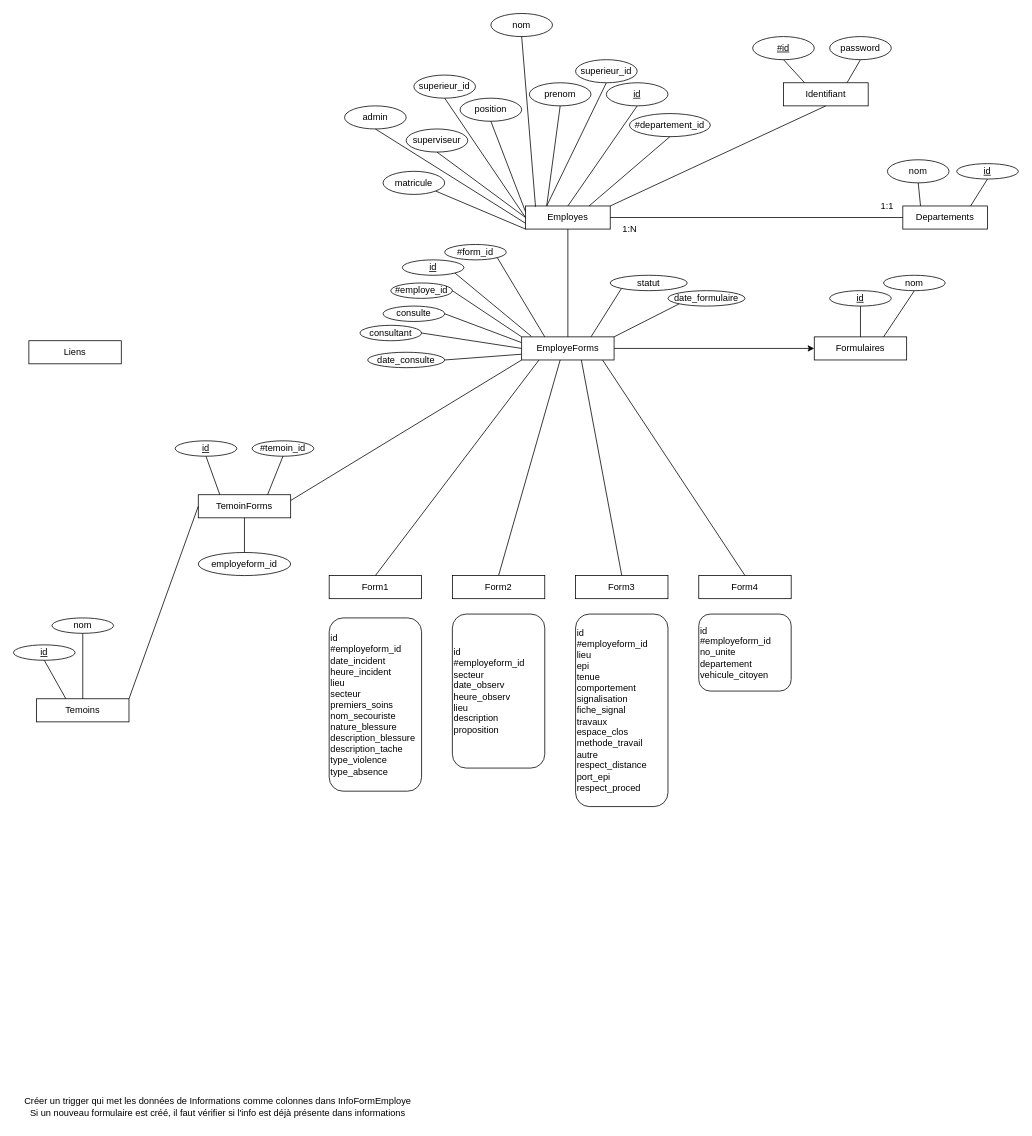
Before: Notes/BDD/BDD.drawio in antoineg94/Projet-integration, a draw.io diagram. Source tidied: cells renumbered, new cells numbered last; positions are measured from the earlier drawing's top-left corner, leaving out a move shared by most shapes. Both pictures are drawn from the tidied source at 77%, with x=0, y=0 at pixel (13, 13).
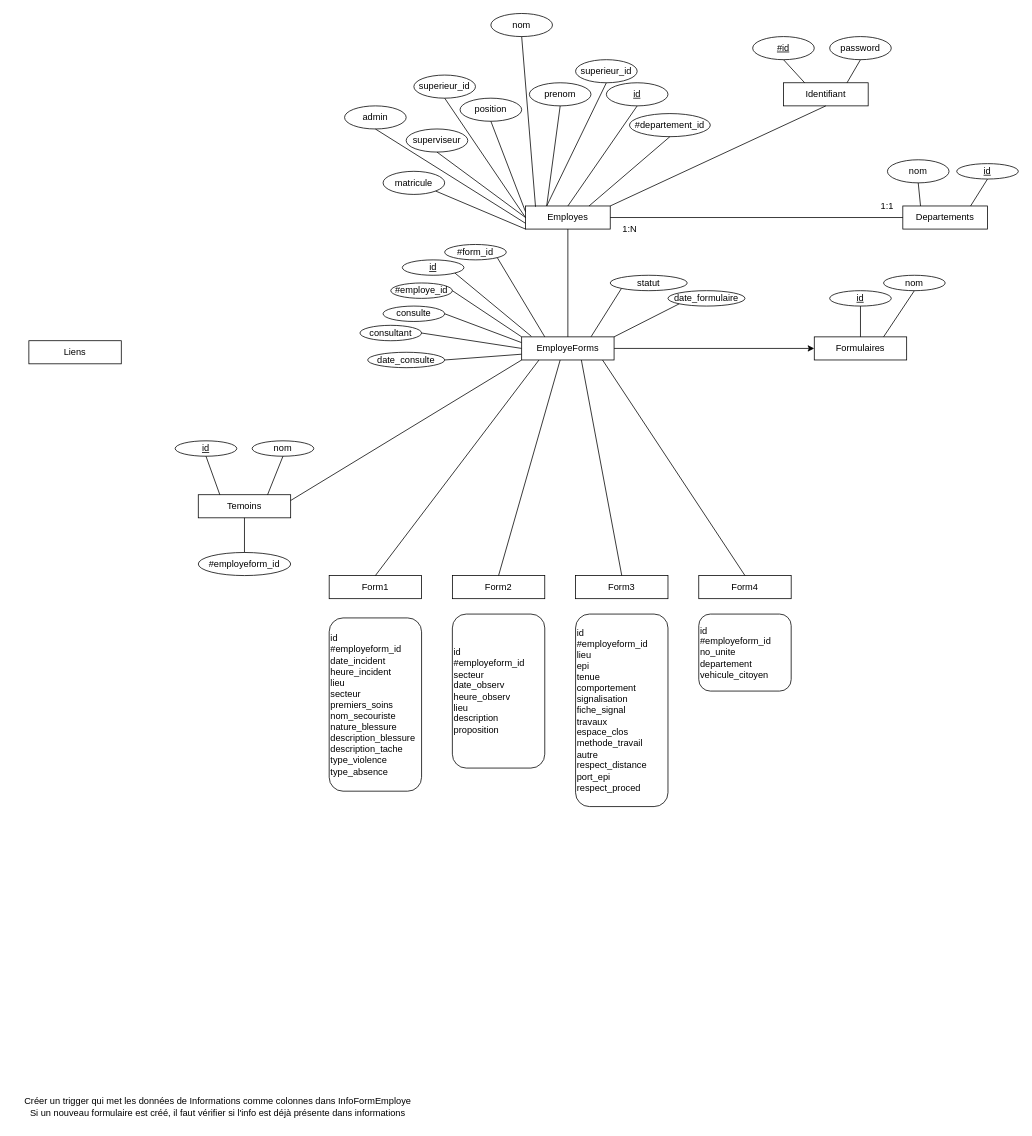
The same diagram, later.

Commit message (it also covers changes not shown here):
temoinforms enlevé, juste temoins maintenant

What changed in the source:
```diff
@@
-    <mxCell id="50" value="Temoins" style="rounded=0;whiteSpace=wrap;html=1;" parent="1" vertex="1">
-      <mxGeometry x="30" y="890" width="120" height="30" as="geometry" />
-    </mxCell>
@@
-    <mxCell id="58" value="&lt;u&gt;id&lt;/u&gt;" style="ellipse;whiteSpace=wrap;html=1;" parent="1" vertex="1">
-      <mxGeometry y="820" width="80" height="20" as="geometry" />
-    </mxCell>
-    <mxCell id="59" style="endArrow=none;html=1;rounded=0;entryX=0.5;entryY=1;entryDx=0;entryDy=0;exitX=0.317;exitY=0;exitDx=0;exitDy=0;exitPerimeter=0;" parent="1" edge="1" source="50" target="58">
-      <mxGeometry relative="1" as="geometry" />
-    </mxCell>
-    <mxCell id="60" value="nom" style="ellipse;whiteSpace=wrap;html=1;" parent="1" vertex="1">
-      <mxGeometry x="50" y="785" width="80" height="20" as="geometry" />
-    </mxCell>
-    <mxCell id="61" style="endArrow=none;html=1;rounded=0;entryX=0.5;entryY=1;entryDx=0;entryDy=0;exitX=0.5;exitY=0;exitDx=0;exitDy=0;" parent="1" edge="1" source="50" target="60">
-      <mxGeometry relative="1" as="geometry" />
-    </mxCell>
-    <mxCell id="62" value="TemoinForms" style="rounded=0;whiteSpace=wrap;html=1;" parent="1" vertex="1">
+    <mxCell id="62" value="Temoins" style="rounded=0;whiteSpace=wrap;html=1;" parent="1" vertex="1">
       <mxGeometry x="240" y="625" width="120" height="30" as="geometry" />
     </mxCell>
-    <mxCell id="63" style="endArrow=none;html=1;rounded=0;entryX=1;entryY=0;entryDx=0;entryDy=0;exitX=0;exitY=0.5;exitDx=0;exitDy=0;" parent="1" edge="1" source="62" target="50">
-      <mxGeometry relative="1" as="geometry" />
-    </mxCell>
@@
-    <mxCell id="66" value="employeform_id" style="ellipse;whiteSpace=wrap;html=1;" parent="1" vertex="1">
+    <mxCell id="66" value="#employeform_id" style="ellipse;whiteSpace=wrap;html=1;" parent="1" vertex="1">
       <mxGeometry x="240" y="700" width="120" height="30" as="geometry" />
     </mxCell>
@@
-    <mxCell id="68" value="#temoin_id" style="ellipse;whiteSpace=wrap;html=1;" parent="1" vertex="1">
+    <mxCell id="68" value="nom" style="ellipse;whiteSpace=wrap;html=1;" parent="1" vertex="1">
       <mxGeometry x="310" y="555" width="80" height="20" as="geometry" />
     </mxCell>
```
